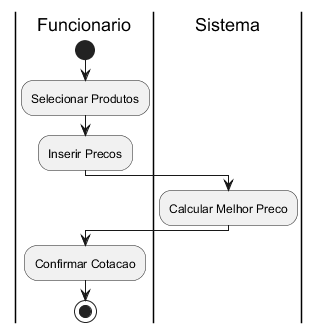
PatrickCaminhas/SimplifiqSystem keeps this PlantUML diagram as resources/diagramas/diagrama_atividades_cotacao.png. Above is the earlier version. Its diagram source:
```plantuml
@startuml
|Funcionario|
start
:Selecionar Produtos;
:Inserir Precos;

|Sistema|
:Calcular Melhor Preco;

|Funcionario|
:Confirmar Cotacao;

stop
@enduml
```
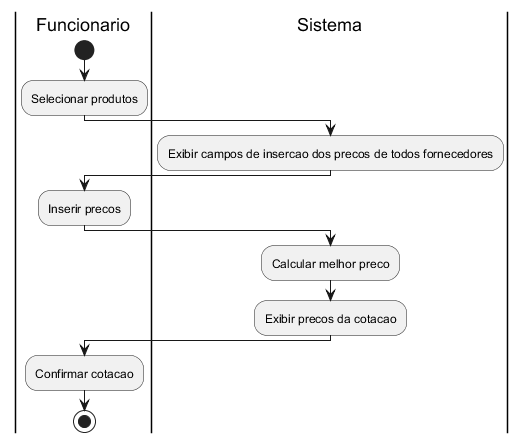
The same file after the commit.

The edit, as a diff of the source:
```diff
@@ -1,14 +1,20 @@
 @startuml
 |Funcionario|
 start
-:Selecionar Produtos;
-:Inserir Precos;
+:Selecionar produtos;
 
 |Sistema|
-:Calcular Melhor Preco;
+:Exibir campos de insercao dos precos de todos fornecedores;
 
 |Funcionario|
-:Confirmar Cotacao;
+:Inserir precos;
+
+|Sistema|
+:Calcular melhor preco;
+:Exibir precos da cotacao;
+
+|Funcionario|
+:Confirmar cotacao;
 
 stop
 @enduml
```
